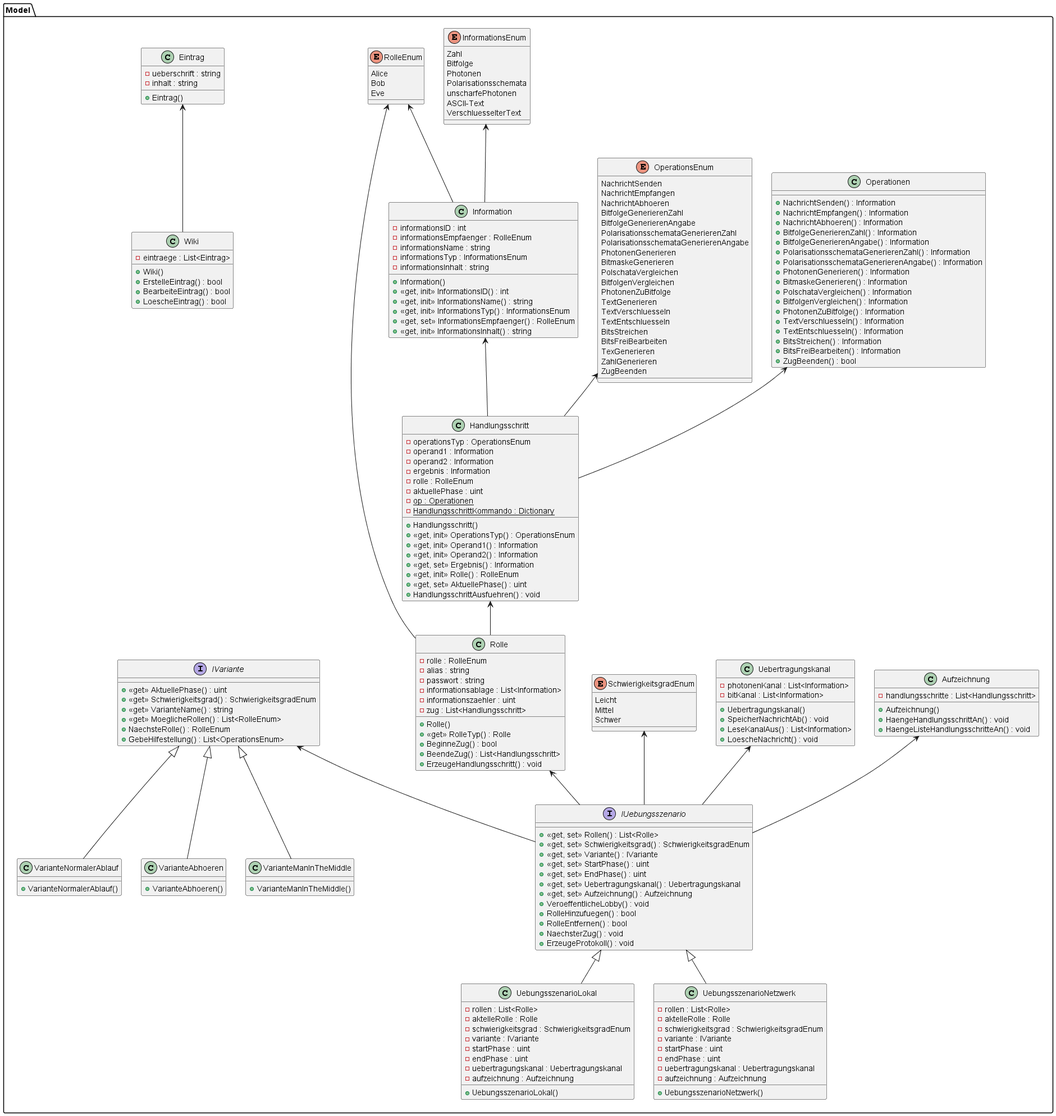
The PlantUML diagram 02_Entwurf/Klassendiagramm/PlantUML/Klassendiagramm_Model/name.png in Jonas-Ha/quakrypto, before a commit. Source of this version:
```plantuml
@startuml name

skinparam pageMargin 10
skinparam pageExternalColor gray
skinparam pageBorderColor black

package Model
{
	together {
		interface IUebungsszenario
		{
			+ <<get, set>> Rollen() : List<Rolle>
			+ <<get, set>> Schwierigkeitsgrad() : SchwierigkeitsgradEnum
			+ <<get, set>> Variante() : IVariante
			+ <<get, set>> StartPhase() : uint
			+ <<get, set>> EndPhase() : uint
			+ <<get, set>> Uebertragungskanal() : Uebertragungskanal
			+ <<get, set>> Aufzeichnung() : Aufzeichnung
			+ VeroeffentlicheLobby() : void
			+ RolleHinzufuegen() : bool
			+ RolleEntfernen() : bool
			+ NaechsterZug() : void
			+ ErzeugeProtokoll() : void
		}

		class UebungsszenarioLokal
		{
			- rollen : List<Rolle>
			- aktelleRolle : Rolle
			- schwierigkeitsgrad : SchwierigkeitsgradEnum
			- variante : IVariante
			- startPhase : uint
			- endPhase : uint
			- uebertragungskanal : Uebertragungskanal
			- aufzeichnung : Aufzeichnung
			+ UebungsszenarioLokal()
		}

		class UebungsszenarioNetzwerk
		{
			- rollen : List<Rolle>
			- aktelleRolle : Rolle
			- schwierigkeitsgrad : SchwierigkeitsgradEnum
			- variante : IVariante
			- startPhase : uint
			- endPhase : uint
			- uebertragungskanal : Uebertragungskanal
			- aufzeichnung : Aufzeichnung
			+ UebungsszenarioNetzwerk()
		}
	}

	together {
		class Aufzeichnung
		{
			- handlungsschritte : List<Handlungsschritt>
			+ Aufzeichnung()
			+ HaengeHandlungsschrittAn() : void
			+ HaengeListeHandlungsschritteAn() : void
		}

		class Uebertragungskanal
		{
			- photonenKanal : List<Information>
			- bitKanal : List<Information>
			+ Uebertragungskanal()
			+ SpeicherNachrichtAb() : void
			+ LeseKanalAus() : List<Information>
			+ LoescheNachricht() : void
		}

		enum SchwierigkeitsgradEnum
		{
			Leicht
			Mittel
			Schwer
		}
	}

	together {
		class Operationen
		{
			+ NachrichtSenden() : Information
			+ NachrichtEmpfangen() : Information
			+ NachrichtAbhoeren() : Information
			+ BitfolgeGenerierenZahl() : Information
			+ BitfolgeGenerierenAngabe() : Information
			+ PolarisationsschemataGenerierenZahl() : Information
			+ PolarisationsschemataGenerierenAngabe() : Information
			+ PhotonenGenerieren() : Information
			+ BitmaskeGenerieren() : Information
			+ PolschataVergleichen() : Information
			+ BitfolgenVergleichen() : Information
			+ PhotonenZuBitfolge() : Information
			+ TextVerschluesseln() : Information
			+ TextEntschluesseln() : Information
			+ BitsStreichen() : Information
			+ BitsFreiBearbeiten() : Information
			+ ZugBeenden() : bool
		}

		enum OperationsEnum
		{
			NachrichtSenden
			NachrichtEmpfangen
			NachrichtAbhoeren
			BitfolgeGenerierenZahl
			BitfolgeGenerierenAngabe
			PolarisationsschemataGenerierenZahl
			PolarisationsschemataGenerierenAngabe
			PhotonenGenerieren
			BitmaskeGenerieren
			PolschataVergleichen
			BitfolgenVergleichen
			PhotonenZuBitfolge
			TextGenerieren
			TextVerschluesseln
			TextEntschluesseln
			BitsStreichen
			BitsFreiBearbeiten
			TexGenerieren
			ZahlGenerieren
			ZugBeenden
		}
	}

	together {
		class Information
		{
			- informationsID : int
			- informationsEmpfaenger : RolleEnum
			- informationsName : string
			- informationsTyp : InformationsEnum
			- informationsInhalt : string
			+ Information()
			+ <<get, init>> InformationsID() : int
			+ <<get, init>> InformationsName() : string
			+ <<get, init>> InformationsTyp() : InformationsEnum
			+ <<get, set>> InformationsEmpfaenger() : RolleEnum
			+ <<get, init>> InformationsInhalt() : string
		}

		class Handlungsschritt
		{
			- operationsTyp : OperationsEnum
			- operand1 : Information
			- operand2 : Information
			- ergebnis : Information
			- rolle : RolleEnum
			- aktuellePhase : uint
			- {static} op : Operationen
			- {static} HandlungsschrittKommando : Dictionary
			+ Handlungsschritt()
			+ <<get, init>> OperationsTyp() : OperationsEnum
			+ <<get, init>> Operand1() : Information
			+ <<get, init>> Operand2() : Information
			+ <<get, set>> Ergebnis() : Information
			+ <<get, init>> Rolle() : RolleEnum
			+ <<get, set>> AktuellePhase() : uint
			+ HandlungsschrittAusfuehren() : void
		}

		class Rolle
		{
			- rolle : RolleEnum
			- alias : string
			- passwort : string
			- informationsablage : List<Information>
			- informationszaehler : uint
			- zug : List<Handlungsschritt>
			+ Rolle()
			+ <<get>> RolleTyp() : Rolle
			+ BeginneZug() : bool
			+ BeendeZug() : List<Handlungsschritt>
			+ ErzeugeHandlungsschritt() : void
		}

		enum InformationsEnum
		{
			Zahl
			Bitfolge
			Photonen
			Polarisationsschemata
			unscharfePhotonen
			ASCII-Text
			VerschluesselterText
		}

		enum RolleEnum
		{
			Alice
			Bob
			Eve
		}
	}

	together {
		interface IVariante
		{
			+ <<get>> AktuellePhase() : uint
			+ <<get>> Schwierigkeitsgrad() : SchwierigkeitsgradEnum
			+ <<get>> VarianteName() : string
			+ <<get>> MoeglicheRollen() : List<RolleEnum>
			+ NaechsteRolle() : RolleEnum
			+ GebeHilfestellung() : List<OperationsEnum>
		}

		class VarianteNormalerAblauf
		{
			+ VarianteNormalerAblauf()
		}

		class VarianteAbhoeren
		{
			+ VarianteAbhoeren()
		}

		class VarianteManInTheMiddle
		{
			+ VarianteManInTheMiddle()
		}
	}

	together {
		class Wiki
		{
			- eintraege : List<Eintrag>
			+ Wiki()
			+ ErstelleEintrag() : bool
			+ BearbeiteEintrag() : bool
			+ LoescheEintrag() : bool
		}

		class Eintrag
		{
			- ueberschrift : string
			- inhalt : string
			+ Eintrag()
		}
	}
}

 IVariante <|-- VarianteNormalerAblauf
 IVariante <|-- VarianteManInTheMiddle
 IVariante <|-- VarianteAbhoeren
 IVariante <-- IUebungsszenario

 IUebungsszenario <|-- UebungsszenarioLokal
 IUebungsszenario <|-- UebungsszenarioNetzwerk

 Rolle <-- IUebungsszenario

 InformationsEnum <-- Information

 Information <-- Handlungsschritt

 OperationsEnum <-- Handlungsschritt

 Handlungsschritt <-- Rolle

 Uebertragungskanal <-- IUebungsszenario

 SchwierigkeitsgradEnum <-- IUebungsszenario

 Aufzeichnung <-- IUebungsszenario

 RolleEnum <-- Rolle
 RolleEnum <-- Information

 Operationen <-- Handlungsschritt

Eintrag <-- Wiki

@enduml
```
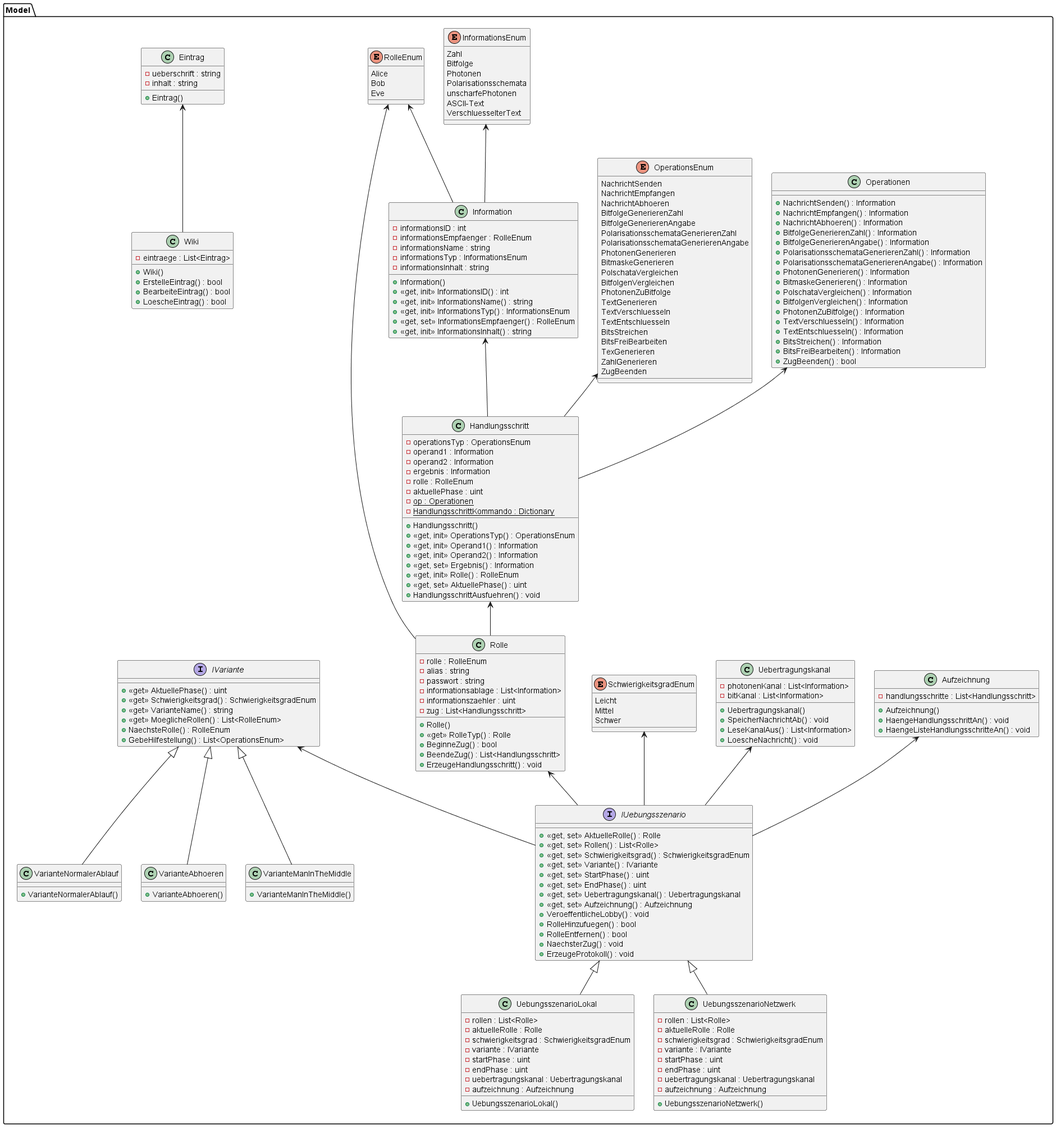
Later version of the same file.

The edit, as a diff of the source:
```diff
@@ -9,6 +9,7 @@
 	together {
 		interface IUebungsszenario
 		{
+			+ <<get, set>> AktuelleRolle() : Rolle
 			+ <<get, set>> Rollen() : List<Rolle>
 			+ <<get, set>> Schwierigkeitsgrad() : SchwierigkeitsgradEnum
 			+ <<get, set>> Variante() : IVariante
@@ -26,7 +27,7 @@
 		class UebungsszenarioLokal
 		{
 			- rollen : List<Rolle>
-			- aktelleRolle : Rolle
+			- aktuelleRolle : Rolle
 			- schwierigkeitsgrad : SchwierigkeitsgradEnum
 			- variante : IVariante
 			- startPhase : uint
@@ -39,7 +40,7 @@
 		class UebungsszenarioNetzwerk
 		{
 			- rollen : List<Rolle>
-			- aktelleRolle : Rolle
+			- aktuelleRolle : Rolle
 			- schwierigkeitsgrad : SchwierigkeitsgradEnum
 			- variante : IVariante
 			- startPhase : uint
```
